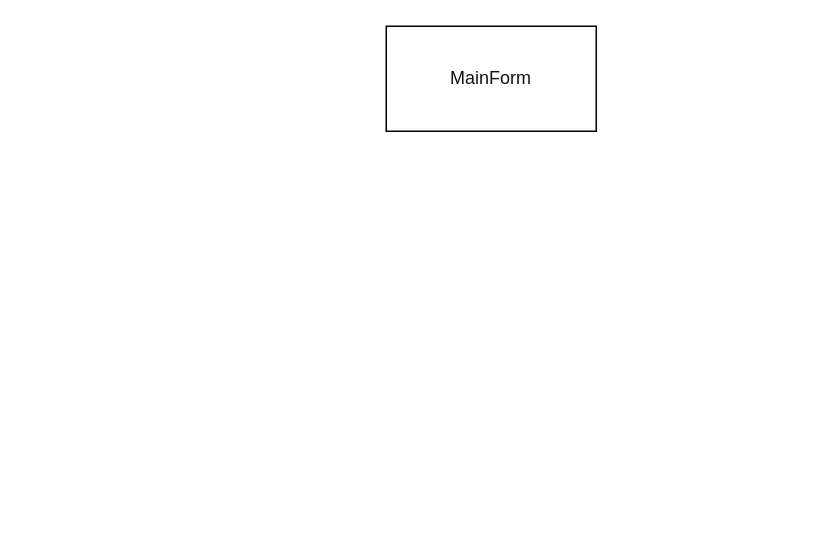
nathanningbo/general_ztf keeps this draw.io diagram as confdes——soft.drawio. Above is the earlier version. Source tidied: cells renumbered, new cells numbered last; positions are measured from the earlier drawing's top-left corner, leaving out a move shared by most shapes. Both pictures are drawn from the tidied source at 150%, with x=0, y=0 at pixel (386, 26).
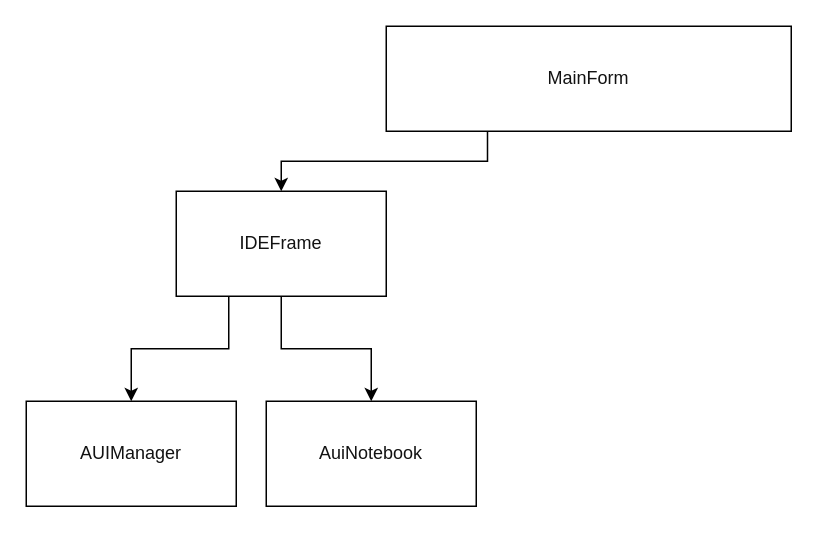
The same page after the edit.

Change to the diagram source:
```diff
@@
 <mxGraphModel>
   <root>
     <mxCell id="0" />
     <mxCell id="1" parent="0" />
+    <mxCell id="3" style="edgeStyle=orthogonalEdgeStyle;rounded=0;jettySize=auto;html=1;fontColor=#121212;exitX=0.25;exitY=1;exitDx=0;exitDy=0;" parent="1" edge="1" source="2" target="6">
+      <mxGeometry relative="1" as="geometry" />
+    </mxCell>
     <mxCell id="2" value="MainForm" style="rounded=0;whiteSpace=wrap;html=1;strokeColor=#000000;fontColor=#121212;" parent="1" vertex="1">
-      <mxGeometry width="140" height="70" as="geometry" />
+      <mxGeometry width="270" height="70" as="geometry" />
     </mxCell>
+    <mxCell id="4" style="edgeStyle=orthogonalEdgeStyle;rounded=0;jettySize=auto;html=1;fontColor=#121212;exitX=0.25;exitY=1;exitDx=0;exitDy=0;" parent="1" edge="1" source="6" target="8">
+      <mxGeometry relative="1" as="geometry" />
+    </mxCell>
+    <mxCell id="5" style="edgeStyle=orthogonalEdgeStyle;rounded=0;jettySize=auto;html=1;fontColor=#121212;" parent="1" edge="1" source="6" target="7">
+      <mxGeometry relative="1" as="geometry" />
+    </mxCell>
+    <mxCell id="6" value="&lt;div&gt;IDEFrame&lt;/div&gt;" style="rounded=0;whiteSpace=wrap;html=1;strokeColor=#000000;fontColor=#121212;" parent="1" vertex="1">
+      <mxGeometry x="-140" y="110" width="140" height="70" as="geometry" />
+    </mxCell>
+    <mxCell id="7" value="&lt;pre style=&quot;font-family: &amp;#34;宋体&amp;#34; ; font-size: 9pt&quot;&gt;&lt;span style=&quot;background-color: rgb(255 , 255 , 255)&quot;&gt;&lt;font color=&quot;#121212&quot;&gt;AuiNotebook&lt;/font&gt;&lt;/span&gt;&lt;/pre&gt;" style="rounded=0;whiteSpace=wrap;html=1;strokeColor=#000000;fontColor=#121212;" parent="1" vertex="1">
+      <mxGeometry x="-80" y="250" width="140" height="70" as="geometry" />
+    </mxCell>
+    <mxCell id="8" value="&lt;pre style=&quot;font-family: &amp;#34;宋体&amp;#34; ; font-size: 9pt&quot;&gt;&lt;span style=&quot;background-color: rgb(255 , 255 , 255)&quot;&gt;&lt;font color=&quot;#121212&quot;&gt;AUIManager&lt;/font&gt;&lt;/span&gt;&lt;/pre&gt;" style="rounded=0;whiteSpace=wrap;html=1;strokeColor=#000000;fontColor=#121212;" parent="1" vertex="1">
+      <mxGeometry x="-240" y="250" width="140" height="70" as="geometry" />
+    </mxCell>
   </root>
 </mxGraphModel>
```
